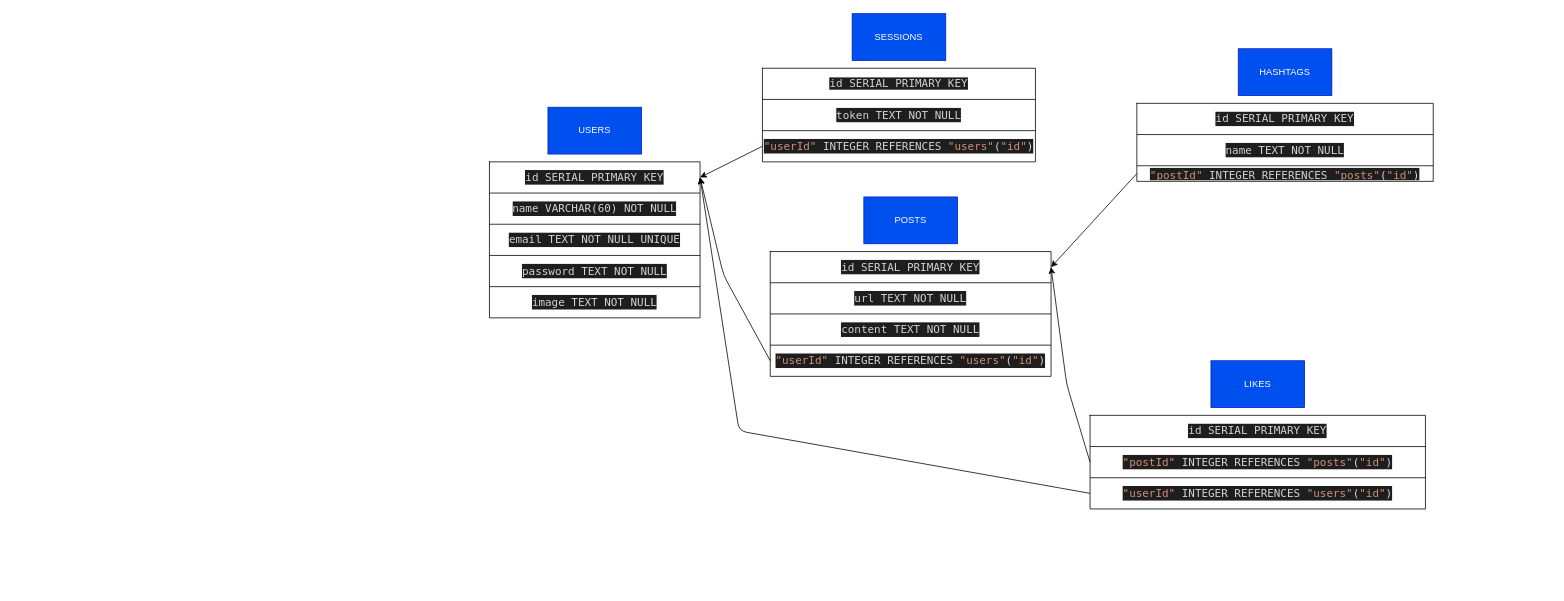
This is database.drawio from monique282/projeto19-linkr-back, a draw.io file, before an edit. Source tidied: cells renumbered, new cells numbered last; positions are measured from the earlier drawing's top-left corner, leaving out a move shared by most shapes. Both pictures are drawn from the tidied source at 78%, with x=0, y=0 at pixel (489, 13).
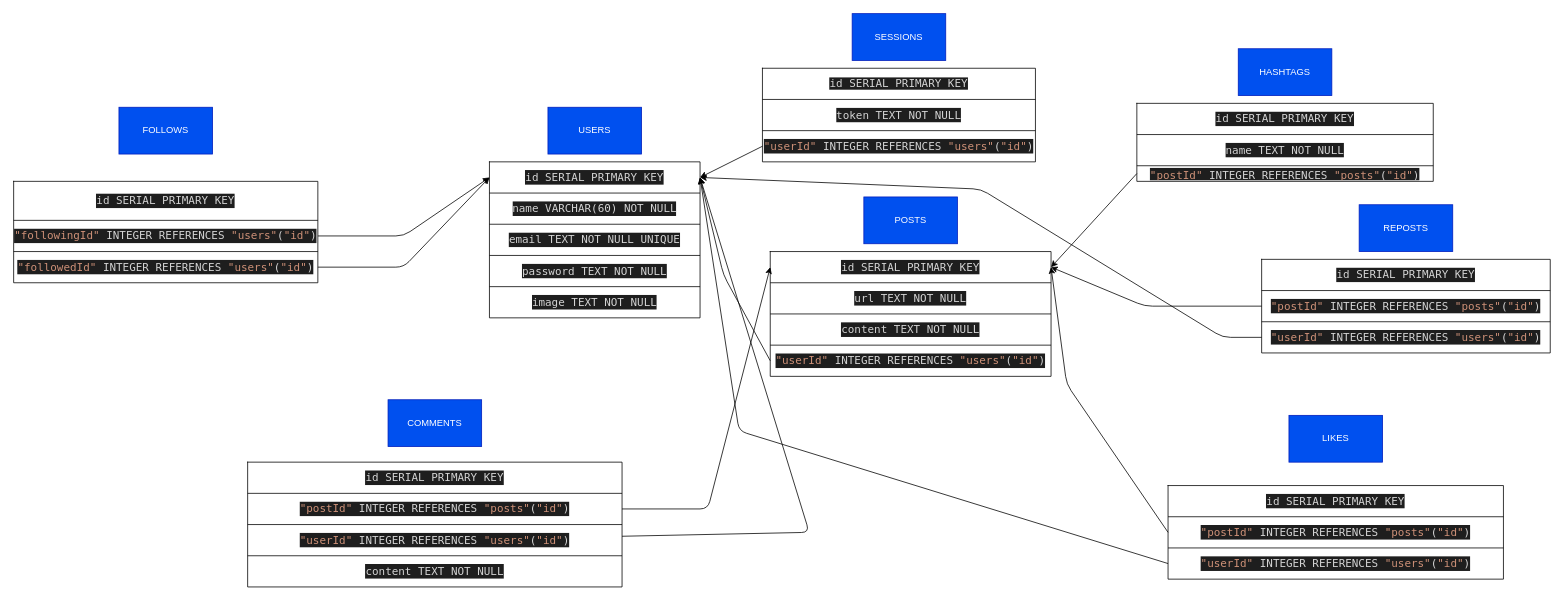
After the change.

Unchanged cells that the change refers to:
```xml
<mxCell id="3" style="shape=tableRow;horizontal=0;startSize=0;swimlaneHead=0;swimlaneBody=0;top=0;left=0;bottom=0;right=0;fillColor=none;points=[[0,0.5],[1,0.5]];portConstraint=eastwest;" parent="2" vertex="1">
  <mxGeometry width="270" height="40" as="geometry" />
</mxCell>
<mxCell id="23" style="shape=tableRow;horizontal=0;startSize=0;swimlaneHead=0;swimlaneBody=0;top=0;left=0;bottom=0;right=0;fillColor=none;points=[[0,0.5],[1,0.5]];portConstraint=eastwest;" parent="22" vertex="1">
  <mxGeometry width="360" height="40" as="geometry" />
</mxCell>
```

The edit, as a diff of the source:
```diff
@@
     <mxCell id="40" style="shape=table;startSize=0;childLayout=tableLayout;" parent="1" vertex="1">
-      <mxGeometry x="770" y="515" width="430" height="120" as="geometry" />
+      <mxGeometry x="870" y="605" width="430" height="120" as="geometry" />
     </mxCell>
@@
     <mxCell id="47" value="LIKES" style="whiteSpace=wrap;html=1;fillColor=#0050ef;fontColor=#ffffff;strokeColor=#001DBC;" parent="1" vertex="1">
-      <mxGeometry x="925" y="445" width="120" height="60" as="geometry" />
+      <mxGeometry x="1025" y="515" width="120" height="60" as="geometry" />
     </mxCell>
@@
+    <mxCell id="53" style="shape=table;startSize=0;childLayout=tableLayout;" parent="1" vertex="1">
+      <mxGeometry x="-610" y="215" width="390" height="130" as="geometry" />
+    </mxCell>
+    <mxCell id="54" style="shape=tableRow;horizontal=0;startSize=0;swimlaneHead=0;swimlaneBody=0;top=0;left=0;bottom=0;right=0;fillColor=none;" parent="53" vertex="1">
+      <mxGeometry width="390" height="50" as="geometry" />
+    </mxCell>
+    <mxCell id="55" value="&lt;div style=&quot;color: rgb(212, 212, 212); background-color: rgb(30, 30, 30); font-family: &amp;quot;Droid Sans Mono&amp;quot;, &amp;quot;monospace&amp;quot;, monospace; font-size: 14px; line-height: 19px;&quot;&gt;id SERIAL PRIMARY KEY&lt;/div&gt;" style="shape=partialRectangle;html=1;whiteSpace=wrap;overflow=hidden;fillColor=none;top=0;left=0;bottom=0;right=0;" parent="54" vertex="1">
+      <mxGeometry width="390" height="50" as="geometry" />
+    </mxCell>
+    <mxCell id="56" style="shape=tableRow;horizontal=0;startSize=0;swimlaneHead=0;swimlaneBody=0;top=0;left=0;bottom=0;right=0;fillColor=none;points=[[0,0.5],[1,0.5]];portConstraint=eastwest;" parent="53" vertex="1">
+      <mxGeometry y="50" width="390" height="40" as="geometry" />
+    </mxCell>
+    <mxCell id="57" value="&lt;div style=&quot;color: rgb(212, 212, 212); background-color: rgb(30, 30, 30); font-family: &amp;quot;Droid Sans Mono&amp;quot;, &amp;quot;monospace&amp;quot;, monospace; font-size: 14px; line-height: 19px;&quot;&gt;&lt;div style=&quot;line-height: 19px;&quot;&gt;&lt;span style=&quot;color: #ce9178;&quot;&gt;&quot;followingId&quot;&lt;/span&gt; INTEGER REFERENCES &lt;span style=&quot;color: #ce9178;&quot;&gt;&quot;users&quot;&lt;/span&gt;(&lt;span style=&quot;color: #ce9178;&quot;&gt;&quot;id&quot;&lt;/span&gt;)&lt;/div&gt;&lt;/div&gt;" style="shape=partialRectangle;html=1;whiteSpace=wrap;overflow=hidden;fillColor=none;top=0;left=0;bottom=0;right=0;" parent="56" vertex="1">
+      <mxGeometry width="390" height="40" as="geometry" />
+    </mxCell>
+    <mxCell id="58" style="shape=tableRow;horizontal=0;startSize=0;swimlaneHead=0;swimlaneBody=0;top=0;left=0;bottom=0;right=0;fillColor=none;points=[[0,0.5],[1,0.5]];portConstraint=eastwest;" parent="53" vertex="1">
+      <mxGeometry y="90" width="390" height="40" as="geometry" />
+    </mxCell>
+    <mxCell id="59" value="&lt;div style=&quot;color: rgb(212, 212, 212); background-color: rgb(30, 30, 30); font-family: &amp;quot;Droid Sans Mono&amp;quot;, &amp;quot;monospace&amp;quot;, monospace; font-size: 14px; line-height: 19px;&quot;&gt;&lt;span style=&quot;color: #ce9178;&quot;&gt;&quot;followedId&quot;&lt;/span&gt; INTEGER REFERENCES &lt;span style=&quot;color: #ce9178;&quot;&gt;&quot;users&quot;&lt;/span&gt;(&lt;span style=&quot;color: #ce9178;&quot;&gt;&quot;id&quot;&lt;/span&gt;)&lt;/div&gt;" style="shape=partialRectangle;html=1;whiteSpace=wrap;overflow=hidden;fillColor=none;top=0;left=0;bottom=0;right=0;" parent="58" vertex="1">
+      <mxGeometry width="390" height="40" as="geometry" />
+    </mxCell>
+    <mxCell id="60" value="FOLLOWS" style="whiteSpace=wrap;html=1;fillColor=#0050ef;fontColor=#ffffff;strokeColor=#001DBC;" parent="1" vertex="1">
+      <mxGeometry x="-475" y="120" width="120" height="60" as="geometry" />
+    </mxCell>
+    <mxCell id="61" style="edgeStyle=none;html=1;entryX=0;entryY=0.5;entryDx=0;entryDy=0;" parent="1" edge="1" source="56" target="3">
+      <mxGeometry relative="1" as="geometry">
+        <Array as="points">
+          <mxPoint x="-110" y="285" />
+        </Array>
+      </mxGeometry>
+    </mxCell>
+    <mxCell id="62" style="edgeStyle=none;html=1;entryX=0;entryY=0.5;entryDx=0;entryDy=0;" parent="1" edge="1" source="58" target="3">
+      <mxGeometry relative="1" as="geometry">
+        <Array as="points">
+          <mxPoint x="-110" y="325" />
+        </Array>
+      </mxGeometry>
+    </mxCell>
+    <mxCell id="63" style="shape=table;startSize=0;childLayout=tableLayout;" parent="1" vertex="1">
+      <mxGeometry x="-310" y="575" width="480" height="160" as="geometry" />
+    </mxCell>
+    <mxCell id="64" style="shape=tableRow;horizontal=0;startSize=0;swimlaneHead=0;swimlaneBody=0;top=0;left=0;bottom=0;right=0;fillColor=none;" parent="63" vertex="1">
+      <mxGeometry width="480" height="40" as="geometry" />
+    </mxCell>
+    <mxCell id="65" value="&lt;div style=&quot;color: rgb(212, 212, 212); background-color: rgb(30, 30, 30); font-family: &amp;quot;Droid Sans Mono&amp;quot;, &amp;quot;monospace&amp;quot;, monospace; font-size: 14px; line-height: 19px;&quot;&gt;id SERIAL PRIMARY KEY&lt;/div&gt;" style="shape=partialRectangle;html=1;whiteSpace=wrap;overflow=hidden;fillColor=none;top=0;left=0;bottom=0;right=0;" parent="64" vertex="1">
+      <mxGeometry width="480" height="40" as="geometry" />
+    </mxCell>
+    <mxCell id="66" style="shape=tableRow;horizontal=0;startSize=0;swimlaneHead=0;swimlaneBody=0;top=0;left=0;bottom=0;right=0;fillColor=none;points=[[0,0.5],[1,0.5]];portConstraint=eastwest;" parent="63" vertex="1">
+      <mxGeometry y="40" width="480" height="40" as="geometry" />
+    </mxCell>
+    <mxCell id="67" value="&lt;div style=&quot;color: rgb(212, 212, 212); background-color: rgb(30, 30, 30); font-family: &amp;quot;Droid Sans Mono&amp;quot;, &amp;quot;monospace&amp;quot;, monospace; font-size: 14px; line-height: 19px;&quot;&gt;&lt;span style=&quot;color: #ce9178;&quot;&gt;&quot;postId&quot;&lt;/span&gt; INTEGER REFERENCES &lt;span style=&quot;color: #ce9178;&quot;&gt;&quot;posts&quot;&lt;/span&gt;(&lt;span style=&quot;color: #ce9178;&quot;&gt;&quot;id&quot;&lt;/span&gt;)&lt;/div&gt;" style="shape=partialRectangle;html=1;whiteSpace=wrap;overflow=hidden;fillColor=none;top=0;left=0;bottom=0;right=0;" parent="66" vertex="1">
+      <mxGeometry width="480" height="40" as="geometry" />
+    </mxCell>
+    <mxCell id="68" style="shape=tableRow;horizontal=0;startSize=0;swimlaneHead=0;swimlaneBody=0;top=0;left=0;bottom=0;right=0;fillColor=none;points=[[0,0.5],[1,0.5]];portConstraint=eastwest;" parent="63" vertex="1">
+      <mxGeometry y="80" width="480" height="40" as="geometry" />
+    </mxCell>
+    <mxCell id="69" value="&lt;div style=&quot;color: rgb(212, 212, 212); background-color: rgb(30, 30, 30); font-family: &amp;quot;Droid Sans Mono&amp;quot;, &amp;quot;monospace&amp;quot;, monospace; font-size: 14px; line-height: 19px;&quot;&gt;&lt;span style=&quot;color: #ce9178;&quot;&gt;&quot;userId&quot;&lt;/span&gt; INTEGER REFERENCES &lt;span style=&quot;color: #ce9178;&quot;&gt;&quot;users&quot;&lt;/span&gt;(&lt;span style=&quot;color: #ce9178;&quot;&gt;&quot;id&quot;&lt;/span&gt;)&lt;/div&gt;" style="shape=partialRectangle;html=1;whiteSpace=wrap;overflow=hidden;fillColor=none;top=0;left=0;bottom=0;right=0;" parent="68" vertex="1">
+      <mxGeometry width="480" height="40" as="geometry" />
+    </mxCell>
+    <mxCell id="70" style="shape=tableRow;horizontal=0;startSize=0;swimlaneHead=0;swimlaneBody=0;top=0;left=0;bottom=0;right=0;fillColor=none;" parent="63" vertex="1">
+      <mxGeometry y="120" width="480" height="40" as="geometry" />
+    </mxCell>
+    <mxCell id="71" value="&lt;div style=&quot;color: rgb(212, 212, 212); background-color: rgb(30, 30, 30); font-family: &amp;quot;Droid Sans Mono&amp;quot;, &amp;quot;monospace&amp;quot;, monospace; font-size: 14px; line-height: 19px;&quot;&gt;content TEXT NOT NULL&lt;/div&gt;" style="shape=partialRectangle;html=1;whiteSpace=wrap;overflow=hidden;fillColor=none;top=0;left=0;bottom=0;right=0;" parent="70" vertex="1">
+      <mxGeometry width="480" height="40" as="geometry" />
+    </mxCell>
+    <mxCell id="72" value="COMMENTS" style="whiteSpace=wrap;html=1;fillColor=#0050ef;fontColor=#ffffff;strokeColor=#001DBC;" parent="1" vertex="1">
+      <mxGeometry x="-130" y="495" width="120" height="60" as="geometry" />
+    </mxCell>
+    <mxCell id="73" style="edgeStyle=none;html=1;entryX=0;entryY=0.5;entryDx=0;entryDy=0;" parent="1" edge="1" source="66" target="23">
+      <mxGeometry relative="1" as="geometry">
+        <Array as="points">
+          <mxPoint x="280" y="635" />
+        </Array>
+      </mxGeometry>
+    </mxCell>
+    <mxCell id="74" style="edgeStyle=none;html=1;entryX=1;entryY=0.5;entryDx=0;entryDy=0;" parent="1" edge="1" source="68" target="3">
+      <mxGeometry relative="1" as="geometry">
+        <Array as="points">
+          <mxPoint x="410" y="665" />
+        </Array>
+      </mxGeometry>
+    </mxCell>
+    <mxCell id="75" style="shape=table;startSize=0;childLayout=tableLayout;" parent="1" vertex="1">
+      <mxGeometry x="990" y="315" width="370" height="120" as="geometry" />
+    </mxCell>
+    <mxCell id="76" style="shape=tableRow;horizontal=0;startSize=0;swimlaneHead=0;swimlaneBody=0;top=0;left=0;bottom=0;right=0;fillColor=none;" parent="75" vertex="1">
+      <mxGeometry width="370" height="40" as="geometry" />
+    </mxCell>
+    <mxCell id="77" value="&lt;div style=&quot;color: rgb(212, 212, 212); background-color: rgb(30, 30, 30); font-family: &amp;quot;Droid Sans Mono&amp;quot;, &amp;quot;monospace&amp;quot;, monospace; font-size: 14px; line-height: 19px;&quot;&gt;id SERIAL PRIMARY KEY&lt;/div&gt;" style="shape=partialRectangle;html=1;whiteSpace=wrap;overflow=hidden;fillColor=none;top=0;left=0;bottom=0;right=0;" parent="76" vertex="1">
+      <mxGeometry width="370" height="40" as="geometry" />
+    </mxCell>
+    <mxCell id="78" style="shape=tableRow;horizontal=0;startSize=0;swimlaneHead=0;swimlaneBody=0;top=0;left=0;bottom=0;right=0;fillColor=none;points=[[0,0.5],[1,0.5]];portConstraint=eastwest;" parent="75" vertex="1">
+      <mxGeometry y="40" width="370" height="40" as="geometry" />
+    </mxCell>
+    <mxCell id="79" value="&lt;div style=&quot;color: rgb(212, 212, 212); background-color: rgb(30, 30, 30); font-family: &amp;quot;Droid Sans Mono&amp;quot;, &amp;quot;monospace&amp;quot;, monospace; font-size: 14px; line-height: 19px;&quot;&gt;&lt;span style=&quot;color: #ce9178;&quot;&gt;&quot;postId&quot;&lt;/span&gt; INTEGER REFERENCES &lt;span style=&quot;color: #ce9178;&quot;&gt;&quot;posts&quot;&lt;/span&gt;(&lt;span style=&quot;color: #ce9178;&quot;&gt;&quot;id&quot;&lt;/span&gt;)&lt;/div&gt;" style="shape=partialRectangle;html=1;whiteSpace=wrap;overflow=hidden;fillColor=none;top=0;left=0;bottom=0;right=0;" parent="78" vertex="1">
+      <mxGeometry width="370" height="40" as="geometry" />
+    </mxCell>
+    <mxCell id="80" style="shape=tableRow;horizontal=0;startSize=0;swimlaneHead=0;swimlaneBody=0;top=0;left=0;bottom=0;right=0;fillColor=none;points=[[0,0.5],[1,0.5]];portConstraint=eastwest;" parent="75" vertex="1">
+      <mxGeometry y="80" width="370" height="40" as="geometry" />
+    </mxCell>
+    <mxCell id="81" value="&lt;div style=&quot;color: rgb(212, 212, 212); background-color: rgb(30, 30, 30); font-family: &amp;quot;Droid Sans Mono&amp;quot;, &amp;quot;monospace&amp;quot;, monospace; font-size: 14px; line-height: 19px;&quot;&gt;&lt;span style=&quot;color: #ce9178;&quot;&gt;&quot;userId&quot;&lt;/span&gt; INTEGER REFERENCES &lt;span style=&quot;color: #ce9178;&quot;&gt;&quot;users&quot;&lt;/span&gt;(&lt;span style=&quot;color: #ce9178;&quot;&gt;&quot;id&quot;&lt;/span&gt;)&lt;/div&gt;" style="shape=partialRectangle;html=1;whiteSpace=wrap;overflow=hidden;fillColor=none;top=0;left=0;bottom=0;right=0;" parent="80" vertex="1">
+      <mxGeometry width="370" height="40" as="geometry" />
+    </mxCell>
+    <mxCell id="82" value="REPOSTS" style="whiteSpace=wrap;html=1;fillColor=#0050ef;fontColor=#ffffff;strokeColor=#001DBC;" parent="1" vertex="1">
+      <mxGeometry x="1115" y="245" width="120" height="60" as="geometry" />
+    </mxCell>
+    <mxCell id="83" style="edgeStyle=none;html=1;entryX=1;entryY=0.5;entryDx=0;entryDy=0;" parent="1" edge="1" source="78" target="23">
+      <mxGeometry relative="1" as="geometry">
+        <Array as="points">
+          <mxPoint x="840" y="375" />
+        </Array>
+      </mxGeometry>
+    </mxCell>
+    <mxCell id="84" style="edgeStyle=none;html=1;entryX=1;entryY=0.5;entryDx=0;entryDy=0;" parent="1" edge="1" source="80" target="3">
+      <mxGeometry relative="1" as="geometry">
+        <Array as="points">
+          <mxPoint x="940" y="415" />
+          <mxPoint x="630" y="225" />
+        </Array>
+      </mxGeometry>
+    </mxCell>
```
